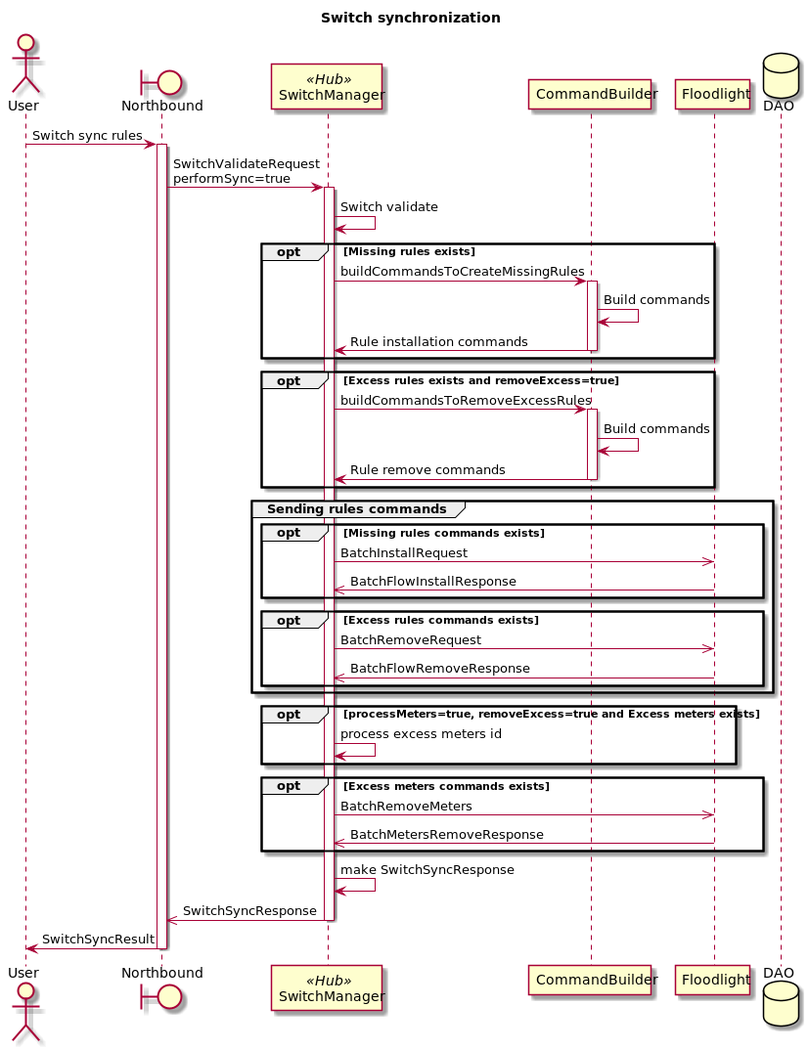
The PlantUML diagram docs/design/hub-and-spoke/switch-sync/h&s-implementation-switch-sync.png in telstra/open-kilda, before a commit.
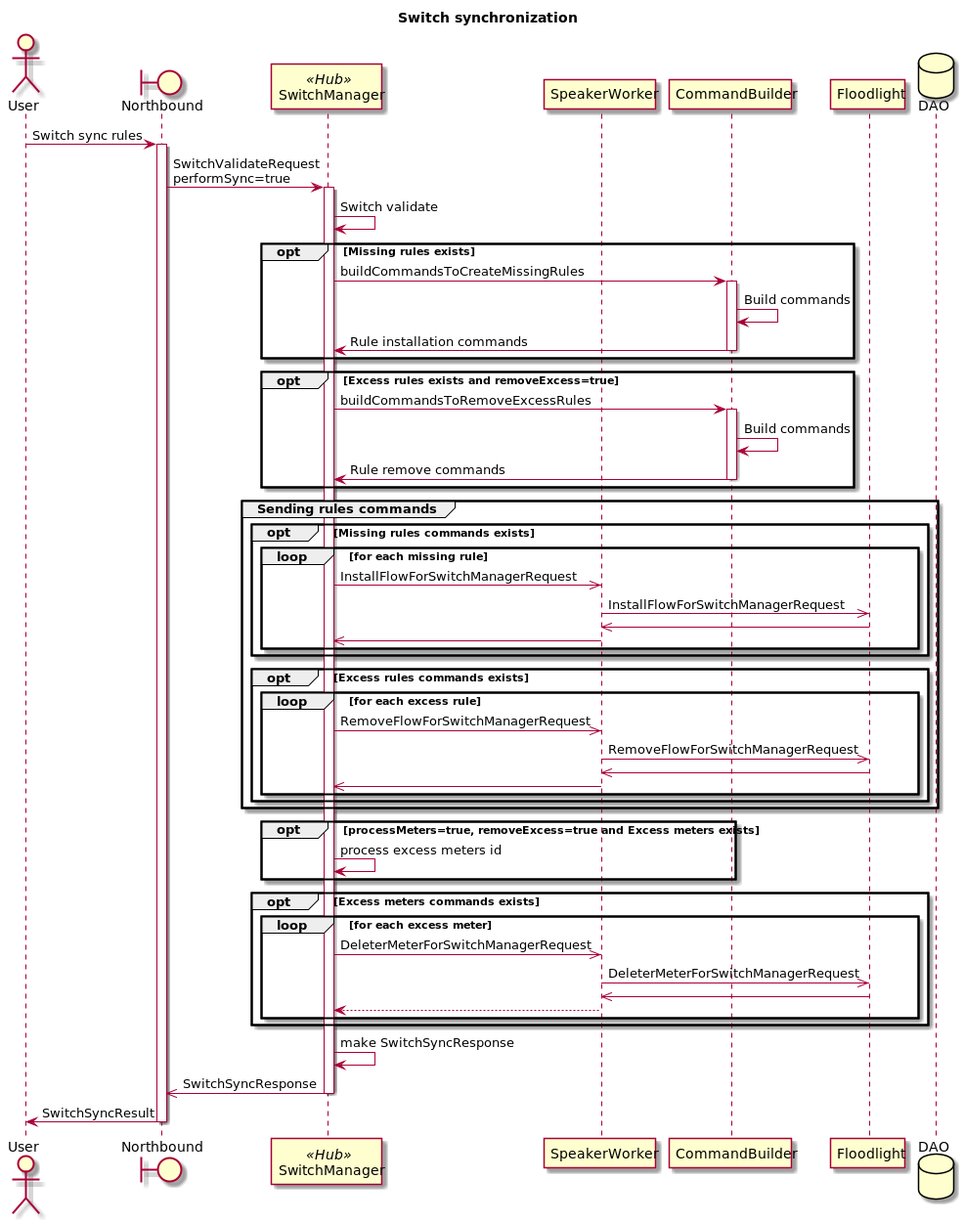
After the change.

The edit, as a diff of the source:
```diff
@@ -4,6 +4,7 @@
 actor User
 boundary Northbound as NB
 participant SwitchManager << Hub >>
+participant SpeakerWorker
 participant CommandBuilder
 participant Floodlight as FL
 database DAO
@@ -34,12 +35,21 @@
 
 group Sending rules commands
     opt Missing rules commands exists
-        SwitchManager ->> FL : BatchInstallRequest
-        FL ->> SwitchManager : BatchFlowInstallResponse
+        loop for each missing rule
+            SwitchManager ->> SpeakerWorker : InstallFlowForSwitchManagerRequest
+            SpeakerWorker ->> FL : InstallFlowForSwitchManagerRequest
+
+            FL ->> SpeakerWorker
+            SpeakerWorker ->> SwitchManager
+        end
     end
     opt Excess rules commands exists
-        SwitchManager ->> FL : BatchRemoveRequest
-        FL ->> SwitchManager : BatchFlowRemoveResponse
+        loop for each excess rule
+            SwitchManager ->> SpeakerWorker : RemoveFlowForSwitchManagerRequest
+            SpeakerWorker ->> FL : RemoveFlowForSwitchManagerRequest
+            FL ->> SpeakerWorker
+            SpeakerWorker ->> SwitchManager
+        end
     end
 
 end
@@ -49,8 +59,12 @@
 end
 
 opt Excess meters commands exists
-    SwitchManager ->> FL : BatchRemoveMeters
-    FL ->> SwitchManager : BatchMetersRemoveResponse
+    loop for each excess meter
+        SwitchManager ->> SpeakerWorker : DeleterMeterForSwitchManagerRequest
+        SpeakerWorker ->> FL : DeleterMeterForSwitchManagerRequest
+        FL ->> SpeakerWorker
+        SpeakerWorker --> SwitchManager
+    end
 end
 
 SwitchManager -> SwitchManager: make SwitchSyncResponse
```
